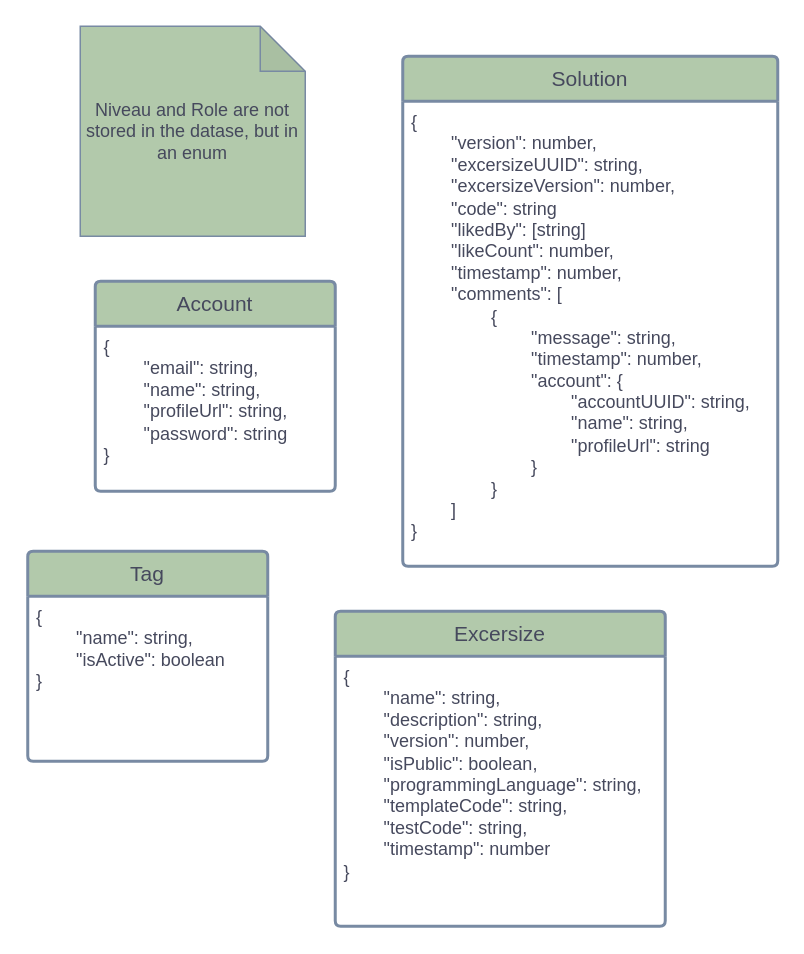
Before: page "Page-2" (2 of 2) of diagrams.drawio in Job79/avans-code, a draw.io diagram. Source tidied: cells renumbered, new cells numbered last; positions are measured from the earlier drawing's top-left corner, leaving out a move shared by most shapes. Both pictures are drawn from the tidied source at 150%, with x=0, y=0 at pixel (27, 26).
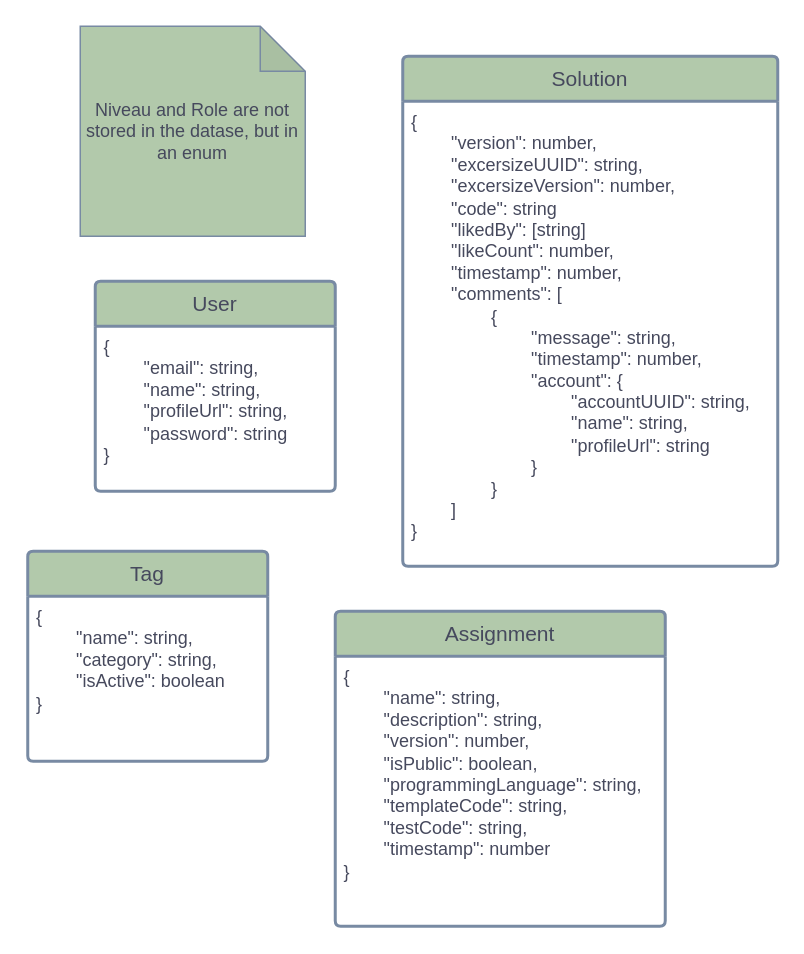
The same page after the edit.

The edit, as a diff of the source:
```diff
@@
 <mxGraphModel>
   <root>
     <mxCell id="0" />
     <mxCell id="1" parent="0" />
-    <mxCell id="2" value="Account" style="swimlane;horizontal=1;startSize=30;rounded=1;fontSize=14;fontStyle=0;strokeWidth=2;shadow=0;dashed=0;align=center;arcSize=4;whiteSpace=wrap;html=1;labelBackgroundColor=none;fillColor=#B2C9AB;strokeColor=#788AA3;fontColor=#46495D;" parent="1" vertex="1">
+    <mxCell id="2" value="User" style="swimlane;horizontal=1;startSize=30;rounded=1;fontSize=14;fontStyle=0;strokeWidth=2;shadow=0;dashed=0;align=center;arcSize=4;whiteSpace=wrap;html=1;labelBackgroundColor=none;fillColor=#B2C9AB;strokeColor=#788AA3;fontColor=#46495D;" parent="1" vertex="1">
       <mxGeometry x="45" y="170" width="160" height="140" as="geometry" />
     </mxCell>
     <mxCell id="3" value="{&lt;br&gt;&lt;span style=&quot;white-space: pre;&quot;&gt;&#9;&lt;/span&gt;&quot;email&quot;: string,&lt;br&gt;&lt;span style=&quot;white-space: pre;&quot;&gt;&#9;&lt;/span&gt;&quot;name&quot;: string,&lt;br&gt;&lt;span style=&quot;white-space: pre;&quot;&gt;&#9;&lt;/span&gt;&quot;profileUrl&quot;: string,&lt;br&gt;&lt;span style=&quot;white-space: pre;&quot;&gt;&#9;&lt;/span&gt;&quot;password&quot;: string&lt;br&gt;}" style="align=left;strokeColor=none;fillColor=none;spacingLeft=4;fontSize=12;verticalAlign=top;html=1;labelBackgroundColor=none;fontColor=#46495D;" parent="2" vertex="1">
       <mxGeometry y="30" width="160" height="110" as="geometry" />
     </mxCell>
     <mxCell id="4" value="Tag" style="swimlane;horizontal=1;startSize=30;rounded=1;fontSize=14;fontStyle=0;strokeWidth=2;shadow=0;dashed=0;align=center;arcSize=4;whiteSpace=wrap;html=1;labelBackgroundColor=none;fillColor=#B2C9AB;strokeColor=#788AA3;fontColor=#46495D;" parent="1" vertex="1">
       <mxGeometry y="350" width="160" height="140" as="geometry" />
     </mxCell>
-    <mxCell id="5" value="{&lt;br&gt;&lt;span style=&quot;white-space: pre;&quot;&gt;&#9;&lt;/span&gt;&quot;name&quot;: string,&lt;br&gt;&lt;span style=&quot;white-space: pre;&quot;&gt;&#9;&lt;/span&gt;&quot;isActive&quot;: boolean&lt;br&gt;}" style="align=left;strokeColor=none;fillColor=none;spacingLeft=4;fontSize=12;verticalAlign=top;html=1;labelBackgroundColor=none;fontColor=#46495D;" parent="4" vertex="1">
+    <mxCell id="5" value="{&lt;br&gt;&lt;span style=&quot;white-space: pre;&quot;&gt;&#9;&lt;/span&gt;&quot;name&quot;: string,&lt;br&gt;&lt;span style=&quot;white-space: pre;&quot;&gt;&#9;&lt;/span&gt;&quot;category&quot;: string,&lt;br&gt;&lt;span style=&quot;white-space: pre;&quot;&gt;&#9;&lt;/span&gt;&quot;isActive&quot;: boolean&lt;br&gt;}" style="align=left;strokeColor=none;fillColor=none;spacingLeft=4;fontSize=12;verticalAlign=top;html=1;labelBackgroundColor=none;fontColor=#46495D;" parent="4" vertex="1">
       <mxGeometry y="30" width="160" height="110" as="geometry" />
     </mxCell>
-    <mxCell id="6" value="Excersize" style="swimlane;horizontal=1;startSize=30;rounded=1;fontSize=14;fontStyle=0;strokeWidth=2;shadow=0;dashed=0;align=center;arcSize=4;whiteSpace=wrap;html=1;labelBackgroundColor=none;fillColor=#B2C9AB;strokeColor=#788AA3;fontColor=#46495D;" parent="1" vertex="1">
+    <mxCell id="6" value="Assignment" style="swimlane;horizontal=1;startSize=30;rounded=1;fontSize=14;fontStyle=0;strokeWidth=2;shadow=0;dashed=0;align=center;arcSize=4;whiteSpace=wrap;html=1;labelBackgroundColor=none;fillColor=#B2C9AB;strokeColor=#788AA3;fontColor=#46495D;" parent="1" vertex="1">
       <mxGeometry x="205" y="390" width="220" height="210" as="geometry" />
     </mxCell>
     <mxCell id="7" value="{&lt;br&gt;&lt;span style=&quot;white-space: pre;&quot;&gt;&#9;&lt;/span&gt;&quot;name&quot;: string,&lt;br&gt;&lt;span style=&quot;white-space: pre;&quot;&gt;&#9;&lt;/span&gt;&quot;description&quot;: string,&lt;br&gt;&lt;span style=&quot;white-space: pre;&quot;&gt;&#9;&lt;/span&gt;&quot;version&quot;: number,&lt;br&gt;&lt;span style=&quot;white-space: pre;&quot;&gt;&#9;&lt;/span&gt;&quot;isPublic&quot;: boolean,&lt;br&gt;&lt;span style=&quot;white-space: pre;&quot;&gt;&#9;&lt;/span&gt;&quot;programmingLanguage&quot;: string,&lt;br&gt;&lt;span style=&quot;white-space: pre;&quot;&gt;&#9;&lt;/span&gt;&quot;templateCode&quot;: string,&lt;br&gt;&lt;span style=&quot;white-space: pre;&quot;&gt;&#9;&lt;/span&gt;&quot;testCode&quot;: string,&lt;br&gt;&lt;span style=&quot;white-space: pre;&quot;&gt;&#9;&lt;/span&gt;&quot;timestamp&quot;: number&lt;br&gt;}" style="align=left;strokeColor=none;fillColor=none;spacingLeft=4;fontSize=12;verticalAlign=top;html=1;labelBackgroundColor=none;fontColor=#46495D;" parent="6" vertex="1">
       <mxGeometry y="30" width="220" height="180" as="geometry" />
     </mxCell>
     <mxCell id="8" value="Niveau and Role are not stored in the datase, but in an enum" style="shape=note;whiteSpace=wrap;html=1;backgroundOutline=1;darkOpacity=0.05;labelBackgroundColor=none;fillColor=#B2C9AB;strokeColor=#788AA3;fontColor=#46495D;" parent="1" vertex="1">
       <mxGeometry x="35" width="150" height="140" as="geometry" />
     </mxCell>
     <mxCell id="9" value="Solution" style="swimlane;horizontal=1;startSize=30;rounded=1;fontSize=14;fontStyle=0;strokeWidth=2;shadow=0;dashed=0;align=center;arcSize=4;whiteSpace=wrap;html=1;labelBackgroundColor=none;fillColor=#B2C9AB;strokeColor=#788AA3;fontColor=#46495D;" parent="1" vertex="1">
       <mxGeometry x="250" y="20" width="250" height="340" as="geometry" />
     </mxCell>
     <mxCell id="10" value="{&lt;br&gt;&lt;span style=&quot;white-space: pre;&quot;&gt;&#9;&lt;/span&gt;&quot;version&quot;: number,&lt;br&gt;&lt;span style=&quot;white-space: pre;&quot;&gt;&#9;&lt;/span&gt;&quot;excersizeUUID&quot;: string,&lt;br&gt;&amp;nbsp; &amp;nbsp; &lt;span style=&quot;white-space: pre;&quot;&gt;&#9;&lt;/span&gt;&quot;excersizeVersion&quot;: number,&lt;br&gt;&lt;span style=&quot;&quot;&gt;&lt;span style=&quot;white-space: pre;&quot;&gt;&amp;nbsp;&amp;nbsp;&amp;nbsp;&amp;nbsp;&lt;span style=&quot;white-space: pre;&quot;&gt;&#9;&lt;/span&gt;&lt;/span&gt;&lt;/span&gt;&quot;code&quot;: string&lt;br&gt;&amp;nbsp; &amp;nbsp; &lt;span style=&quot;white-space: pre;&quot;&gt;&#9;&lt;/span&gt;&quot;likedBy&quot;: [string]&lt;br&gt;&lt;span style=&quot;white-space: pre;&quot;&gt;&#9;&lt;/span&gt;&quot;likeCount&quot;: number,&lt;br&gt;&lt;span style=&quot;white-space: pre;&quot;&gt;&#9;&lt;/span&gt;&quot;timestamp&quot;: number,&lt;br&gt;&lt;span style=&quot;white-space: pre;&quot;&gt;&#9;&lt;/span&gt;&quot;comments&quot;: [&lt;br&gt;&lt;span style=&quot;white-space: pre;&quot;&gt;&#9;&lt;/span&gt;&lt;span style=&quot;white-space: pre;&quot;&gt;&#9;&lt;/span&gt;{&lt;br&gt;&lt;span style=&quot;white-space: pre;&quot;&gt;&#9;&lt;/span&gt;&lt;span style=&quot;white-space: pre;&quot;&gt;&#9;&lt;/span&gt;&lt;span style=&quot;white-space: pre;&quot;&gt;&#9;&lt;/span&gt;&quot;message&quot;: string,&lt;br&gt;&lt;span style=&quot;white-space: pre;&quot;&gt;&#9;&lt;/span&gt;&lt;span style=&quot;white-space: pre;&quot;&gt;&#9;&lt;/span&gt;&lt;span style=&quot;white-space: pre;&quot;&gt;&#9;&lt;/span&gt;&quot;timestamp&quot;: number,&lt;br&gt;&lt;span style=&quot;white-space: pre;&quot;&gt;&#9;&lt;/span&gt;&lt;span style=&quot;white-space: pre;&quot;&gt;&#9;&lt;/span&gt;&lt;span style=&quot;white-space: pre;&quot;&gt;&#9;&lt;/span&gt;&quot;account&quot;: {&lt;br&gt;&lt;span style=&quot;white-space: pre;&quot;&gt;&#9;&lt;/span&gt;&lt;span style=&quot;white-space: pre;&quot;&gt;&#9;&lt;/span&gt;&lt;span style=&quot;white-space: pre;&quot;&gt;&#9;&lt;/span&gt;&lt;span style=&quot;white-space: pre;&quot;&gt;&#9;&lt;/span&gt;&quot;accountUUID&quot;: string,&lt;br&gt;&lt;span style=&quot;white-space: pre;&quot;&gt;&#9;&lt;/span&gt;&lt;span style=&quot;white-space: pre;&quot;&gt;&#9;&lt;/span&gt;&lt;span style=&quot;white-space: pre;&quot;&gt;&#9;&lt;/span&gt;&lt;span style=&quot;white-space: pre;&quot;&gt;&#9;&lt;/span&gt;&quot;name&quot;: string,&lt;br&gt;&lt;span style=&quot;white-space: pre;&quot;&gt;&#9;&lt;/span&gt;&lt;span style=&quot;white-space: pre;&quot;&gt;&#9;&lt;/span&gt;&lt;span style=&quot;white-space: pre;&quot;&gt;&#9;&lt;/span&gt;&lt;span style=&quot;white-space: pre;&quot;&gt;&#9;&lt;/span&gt;&quot;profileUrl&quot;: string&lt;br&gt;&lt;span style=&quot;white-space: pre;&quot;&gt;&#9;&lt;/span&gt;&lt;span style=&quot;white-space: pre;&quot;&gt;&#9;&lt;/span&gt;&lt;span style=&quot;white-space: pre;&quot;&gt;&#9;&lt;/span&gt;}&lt;br&gt;&lt;span style=&quot;white-space: pre;&quot;&gt;&#9;&lt;/span&gt;&lt;span style=&quot;white-space: pre;&quot;&gt;&#9;&lt;/span&gt;}&lt;br&gt;&lt;span style=&quot;white-space: pre;&quot;&gt;&#9;&lt;/span&gt;]&lt;br&gt;}" style="align=left;strokeColor=none;fillColor=none;spacingLeft=4;fontSize=12;verticalAlign=top;html=1;labelBackgroundColor=none;fontColor=#46495D;" parent="9" vertex="1">
       <mxGeometry y="30" width="250" height="310" as="geometry" />
     </mxCell>
   </root>
 </mxGraphModel>
```
